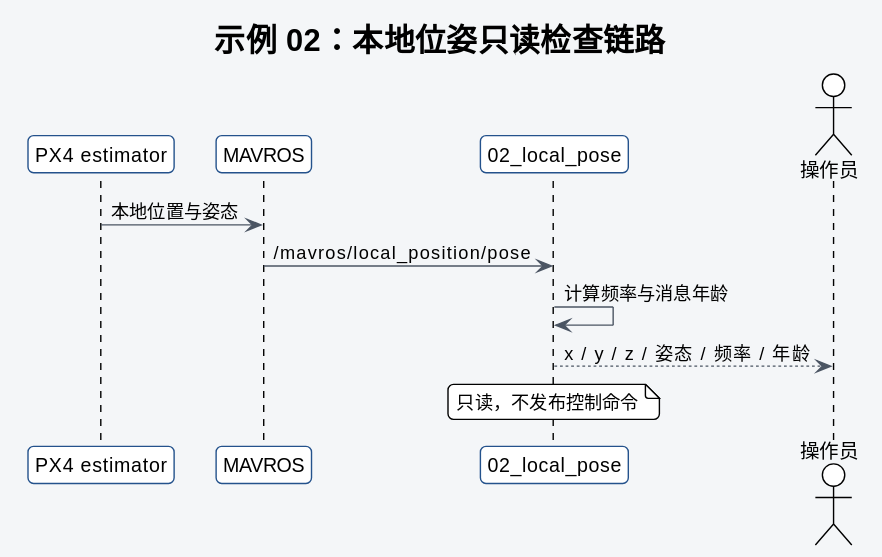
Earlier version of the PlantUML export docs/assets/plantuml/tutorial-02-local-pose.svg (6hao666/robotac).
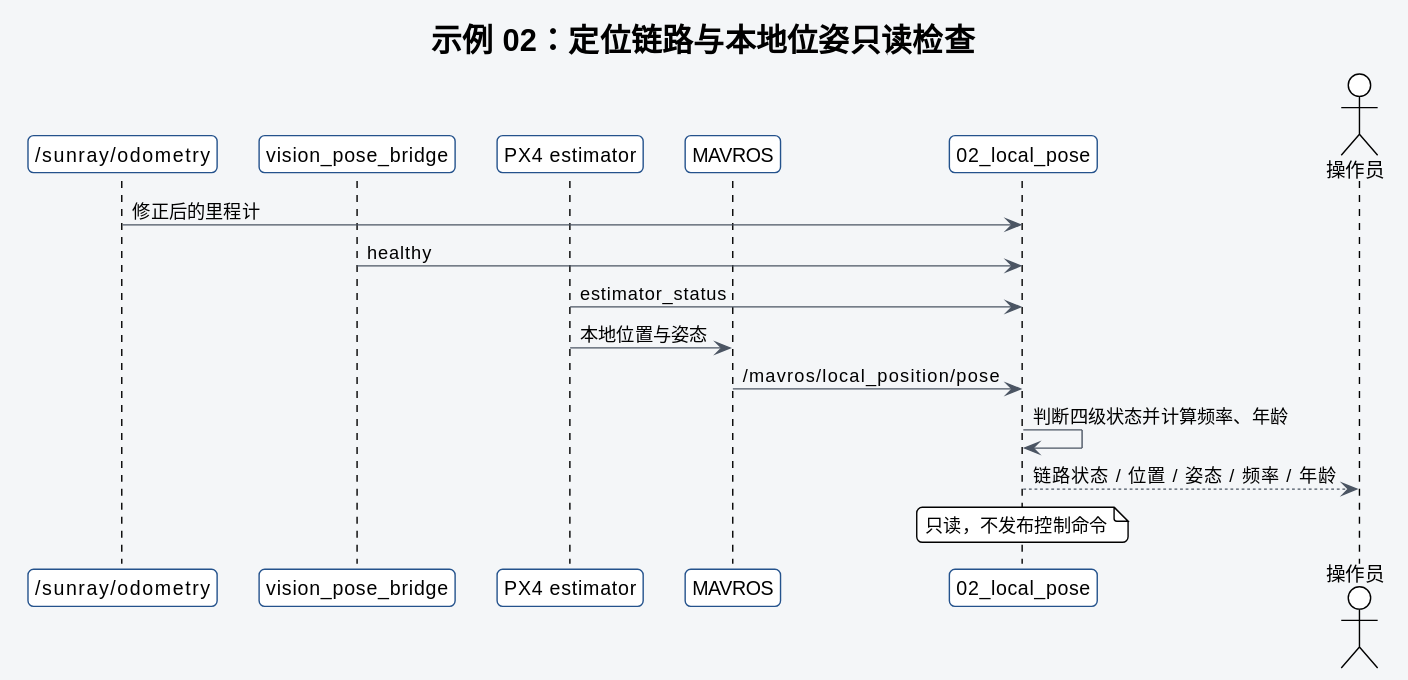
The same file after the commit.

Change to the diagram source:
```diff
@@ -7,14 +7,19 @@
 skinparam ArrowColor #4B5563
 skinparam sequenceParticipantBackgroundColor #FFFFFF
 skinparam sequenceParticipantBorderColor #24528C
-title 示例 02：本地位姿只读检查链路
+title 示例 02：定位链路与本地位姿只读检查
+participant "/sunray/odometry" as odom
+participant "vision_pose_bridge" as bridge
 participant "PX4 estimator" as estimator
 participant "MAVROS" as mavros
 participant "02_local_pose" as example
 actor "操作员" as operator
+odom -> example : 修正后的里程计
+bridge -> example : healthy
+estimator -> example : estimator_status
 estimator -> mavros : 本地位置与姿态
 mavros -> example : /mavros/local_position/pose
-example -> example : 计算频率与消息年龄
-example --> operator : x / y / z / 姿态 / 频率 / 年龄
+example -> example : 判断四级状态并计算频率、年龄
+example --> operator : 链路状态 / 位置 / 姿态 / 频率 / 年龄
 note over example : 只读，不发布控制命令
 @enduml
```
